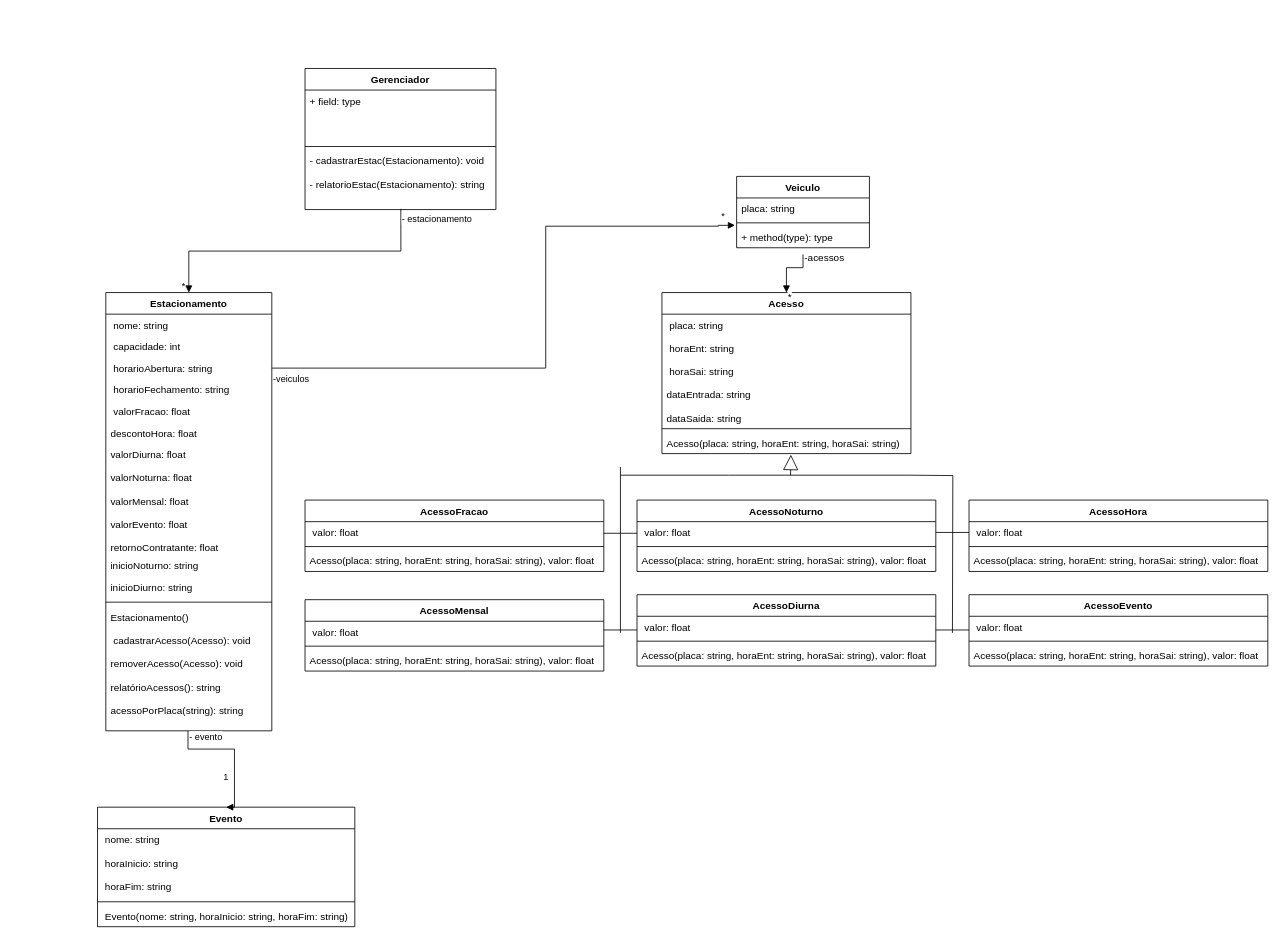
Before: page "Classes" (1 of 2) of Trabalho1_estacionamento.drawio in ItaloBrunoM/OO_trabalho, a draw.io diagram. Source tidied: cells renumbered, new cells numbered last; positions are measured from the earlier drawing's top-left corner, leaving out a move shared by most shapes. Both pictures are drawn from the tidied source at 83%, with x=0, y=0 at pixel (97, 68).
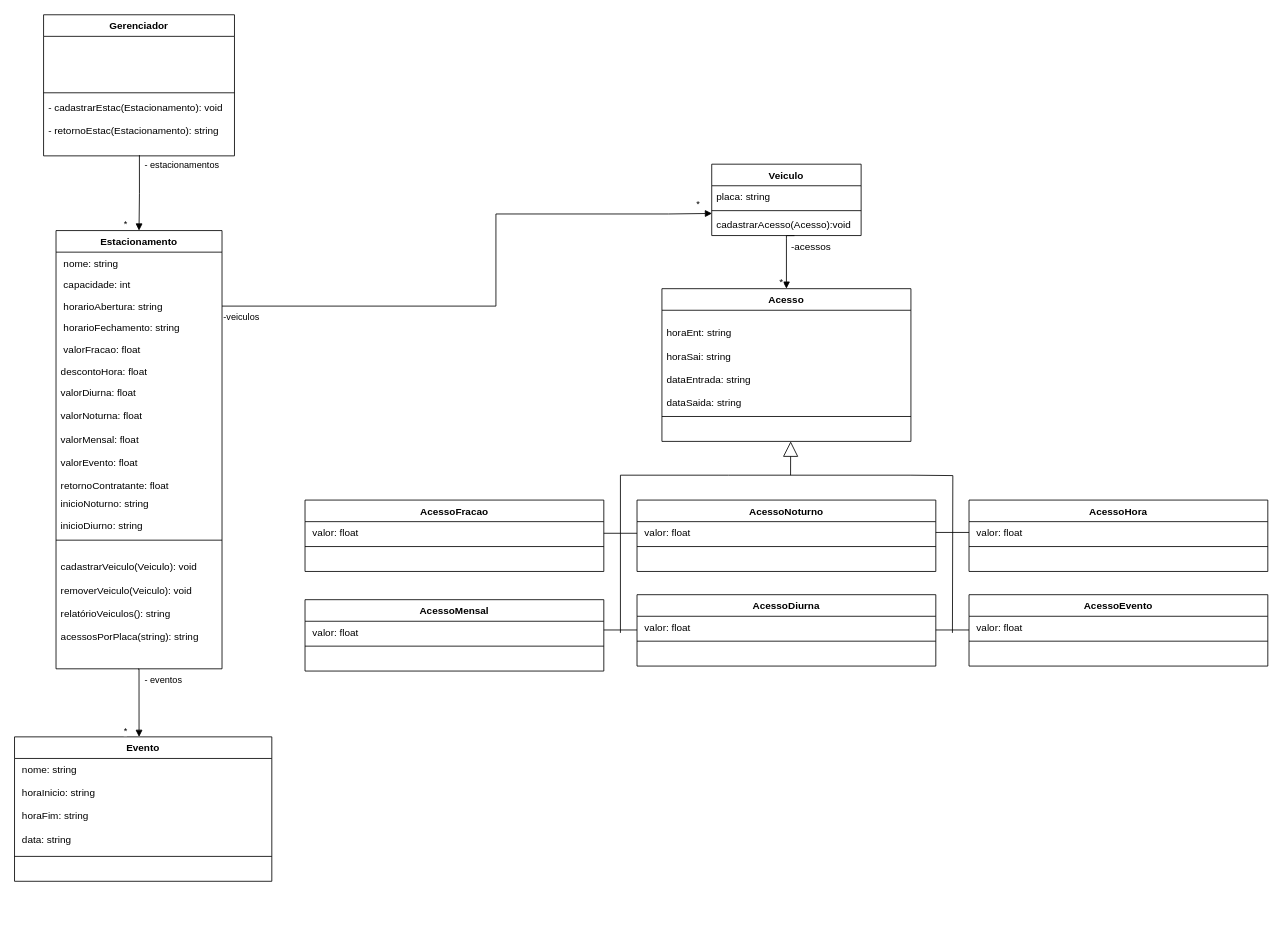
Above is the later version.

The change refers to these unchanged cells:
```xml
<mxCell id="5" value=" horarioAbertura: string" style="text;strokeColor=none;fillColor=none;align=left;verticalAlign=top;spacingLeft=4;spacingRight=4;overflow=hidden;points=[[0,0.5],[1,0.5]];portConstraint=eastwest;" parent="2" vertex="1">
  <mxGeometry y="78" width="200" height="26" as="geometry" />
</mxCell>
<mxCell id="20" value="AcessoFracao" style="swimlane;fontStyle=1;align=center;verticalAlign=top;horizontal=1;startSize=26;" parent="1" vertex="1">
  <mxGeometry x="250" y="520" width="360" height="86" as="geometry" />
</mxCell>
<mxCell id="24" value="AcessoNoturno" style="swimlane;fontStyle=1;align=center;verticalAlign=top;horizontal=1;startSize=26;" parent="1" vertex="1">
  <mxGeometry x="650" y="520" width="360" height="86" as="geometry" />
</mxCell>
<mxCell id="28" value="AcessoHora" style="swimlane;fontStyle=1;align=center;verticalAlign=top;horizontal=1;startSize=26;" parent="1" vertex="1">
  <mxGeometry x="1050" y="520" width="360" height="86" as="geometry" />
</mxCell>
<mxCell id="32" value="AcessoMensal" style="swimlane;fontStyle=1;align=center;verticalAlign=top;horizontal=1;startSize=26;" parent="1" vertex="1">
  <mxGeometry x="250" y="640" width="360" height="86" as="geometry" />
</mxCell>
<mxCell id="36" value="AcessoDiurna" style="swimlane;fontStyle=1;align=center;verticalAlign=top;horizontal=1;startSize=26;" parent="1" vertex="1">
  <mxGeometry x="650" y="634" width="360" height="86" as="geometry" />
</mxCell>
<mxCell id="40" value="AcessoEvento" style="swimlane;fontStyle=1;align=center;verticalAlign=top;horizontal=1;startSize=26;" parent="1" vertex="1">
  <mxGeometry x="1050" y="634" width="360" height="86" as="geometry" />
</mxCell>
```

Change to the diagram source:
```diff
@@
     <mxCell id="2" value="Estacionamento&#10;" style="swimlane;fontStyle=1;align=center;verticalAlign=top;horizontal=1;startSize=26;" parent="1" vertex="1">
-      <mxGeometry x="10" y="270" width="200" height="528" as="geometry" />
+      <mxGeometry x="-50" y="195.3" width="200" height="528" as="geometry" />
     </mxCell>
@@
-    <mxCell id="13" value="Estacionamento()&#10;&#10; cadastrarAcesso(Acesso): void&#10;&#10;removerAcesso(Acesso): void&#10;&#10;relatórioAcessos(): string&#10;&#10;acessoPorPlaca(string): string&#10;" style="text;strokeColor=none;fillColor=none;align=left;verticalAlign=top;spacingLeft=4;spacingRight=4;overflow=hidden;points=[[0,0.5],[1,0.5]];portConstraint=eastwest;" parent="2" vertex="1">
+    <mxCell id="13" value="&#10;cadastrarVeiculo(Veiculo): void&#10;&#10;removerVeiculo(Veiculo): void&#10;&#10;relatórioVeiculos(): string&#10;&#10;acessosPorPlaca(string): string&#10;" style="text;strokeColor=none;fillColor=none;align=left;verticalAlign=top;spacingLeft=4;spacingRight=4;overflow=hidden;points=[[0,0.5],[1,0.5]];portConstraint=eastwest;" parent="2" vertex="1">
       <mxGeometry y="378" width="200" height="150" as="geometry" />
     </mxCell>
     <mxCell id="14" value="Acesso" style="swimlane;fontStyle=1;align=center;verticalAlign=top;horizontal=1;startSize=26;" parent="1" vertex="1">
-      <mxGeometry x="680" y="270" width="300" height="194" as="geometry" />
+      <mxGeometry x="680" y="265.3" width="300" height="184" as="geometry" />
     </mxCell>
-    <mxCell id="15" value=" placa: string&#10;&#10; horaEnt: string&#10;&#10; horaSai: string&#10;&#10;dataEntrada: string&#10;&#10;dataSaida: string" style="text;strokeColor=none;fillColor=none;align=left;verticalAlign=top;spacingLeft=4;spacingRight=4;overflow=hidden;" parent="14" vertex="1">
-      <mxGeometry y="26" width="300" height="134" as="geometry" />
+    <mxCell id="15" value="&#10;horaEnt: string&#10;&#10;horaSai: string&#10;&#10;dataEntrada: string&#10;&#10;dataSaida: string" style="text;strokeColor=none;fillColor=none;align=left;verticalAlign=top;spacingLeft=4;spacingRight=4;overflow=hidden;" parent="14" vertex="1">
+      <mxGeometry y="26" width="300" height="124" as="geometry" />
     </mxCell>
     <mxCell id="16" style="line;strokeWidth=1;fillColor=none;align=left;verticalAlign=middle;spacingTop=-1;spacingLeft=3;spacingRight=3;labelPosition=right;" parent="14" vertex="1">
-      <mxGeometry y="160" width="300" height="8" as="geometry" />
+      <mxGeometry y="150" width="300" height="8" as="geometry" />
     </mxCell>
-    <mxCell id="17" value="Acesso(placa: string, horaEnt: string, horaSai: string)" style="text;strokeColor=none;fillColor=none;align=left;verticalAlign=top;spacingLeft=4;spacingRight=4;overflow=hidden;points=[[0,0.5],[1,0.5]];portConstraint=eastwest;" parent="14" vertex="1">
-      <mxGeometry y="168" width="300" height="26" as="geometry" />
+    <mxCell id="17" value="&#10;&#10;" style="text;strokeColor=none;fillColor=none;align=left;verticalAlign=top;spacingLeft=4;spacingRight=4;overflow=hidden;points=[[0,0.5],[1,0.5]];portConstraint=eastwest;" parent="14" vertex="1">
+      <mxGeometry y="158" width="300" height="26" as="geometry" />
     </mxCell>
-    <mxCell id="18" value="-veiculos" style="endArrow=block;endFill=1;html=1;edgeStyle=orthogonalEdgeStyle;align=left;verticalAlign=top;rounded=0;exitX=1;exitY=0.5;exitDx=0;exitDy=0;entryX=-0.012;entryY=-0.038;entryDx=0;entryDy=0;entryPerimeter=0;" parent="1" edge="1" source="5" target="67">
+    <mxCell id="18" value="-veiculos" style="endArrow=block;endFill=1;html=1;edgeStyle=orthogonalEdgeStyle;align=left;verticalAlign=top;rounded=0;exitX=1;exitY=0.5;exitDx=0;exitDy=0;entryX=0.002;entryY=-0.025;entryDx=0;entryDy=0;entryPerimeter=0;" parent="1" edge="1" source="5" target="67">
       <mxGeometry x="-1" relative="1" as="geometry">
         <Array as="points">
-          <mxPoint x="540" y="361" />
-          <mxPoint x="540" y="190" />
-          <mxPoint x="748" y="190" />
+          <mxPoint x="480" y="286.3" />
+          <mxPoint x="480" y="175.3" />
+          <mxPoint x="688" y="175.3" />
         </Array>
       </mxGeometry>
     </mxCell>
     <mxCell id="19" value="*" style="edgeLabel;html=1;align=left;verticalAlign=bottom;" parent="18" vertex="1">
       <mxGeometry x="-1" relative="1" as="geometry">
-        <mxPoint x="540" y="-175" as="offset" />
+        <mxPoint x="570" y="-115" as="offset" />
       </mxGeometry>
     </mxCell>
@@
-    <mxCell id="23" value="Acesso(placa: string, horaEnt: string, horaSai: string), valor: float" style="text;strokeColor=none;fillColor=none;align=left;verticalAlign=top;spacingLeft=4;spacingRight=4;overflow=hidden;" parent="20" vertex="1">
+    <mxCell id="23" value="&#10;&#10;" style="text;strokeColor=none;fillColor=none;align=left;verticalAlign=top;spacingLeft=4;spacingRight=4;overflow=hidden;" parent="20" vertex="1">
       <mxGeometry y="60" width="360" height="26" as="geometry" />
     </mxCell>
@@
-    <mxCell id="27" value="Acesso(placa: string, horaEnt: string, horaSai: string), valor: float" style="text;strokeColor=none;fillColor=none;align=left;verticalAlign=top;spacingLeft=4;spacingRight=4;overflow=hidden;" parent="24" vertex="1">
+    <mxCell id="27" value="&#10;&#10;" style="text;strokeColor=none;fillColor=none;align=left;verticalAlign=top;spacingLeft=4;spacingRight=4;overflow=hidden;" parent="24" vertex="1">
       <mxGeometry y="60" width="360" height="26" as="geometry" />
     </mxCell>
@@
-    <mxCell id="31" value="Acesso(placa: string, horaEnt: string, horaSai: string), valor: float" style="text;strokeColor=none;fillColor=none;align=left;verticalAlign=top;spacingLeft=4;spacingRight=4;overflow=hidden;" parent="28" vertex="1">
+    <mxCell id="31" value="&#10;&#10;" style="text;strokeColor=none;fillColor=none;align=left;verticalAlign=top;spacingLeft=4;spacingRight=4;overflow=hidden;" parent="28" vertex="1">
       <mxGeometry y="60" width="360" height="26" as="geometry" />
     </mxCell>
@@
-    <mxCell id="35" value="Acesso(placa: string, horaEnt: string, horaSai: string), valor: float" style="text;strokeColor=none;fillColor=none;align=left;verticalAlign=top;spacingLeft=4;spacingRight=4;overflow=hidden;" parent="32" vertex="1">
+    <mxCell id="35" value="&#10;&#10;" style="text;strokeColor=none;fillColor=none;align=left;verticalAlign=top;spacingLeft=4;spacingRight=4;overflow=hidden;" parent="32" vertex="1">
       <mxGeometry y="60" width="360" height="26" as="geometry" />
     </mxCell>
@@
-    <mxCell id="39" value="Acesso(placa: string, horaEnt: string, horaSai: string), valor: float" style="text;strokeColor=none;fillColor=none;align=left;verticalAlign=top;spacingLeft=4;spacingRight=4;overflow=hidden;" parent="36" vertex="1">
+    <mxCell id="39" value="&#10;&#10;" style="text;strokeColor=none;fillColor=none;align=left;verticalAlign=top;spacingLeft=4;spacingRight=4;overflow=hidden;" parent="36" vertex="1">
       <mxGeometry y="60" width="360" height="26" as="geometry" />
     </mxCell>
@@
-    <mxCell id="43" value="Acesso(placa: string, horaEnt: string, horaSai: string), valor: float" style="text;strokeColor=none;fillColor=none;align=left;verticalAlign=top;spacingLeft=4;spacingRight=4;overflow=hidden;" parent="40" vertex="1">
+    <mxCell id="43" value="&#10;&#10;" style="text;strokeColor=none;fillColor=none;align=left;verticalAlign=top;spacingLeft=4;spacingRight=4;overflow=hidden;" parent="40" vertex="1">
       <mxGeometry y="60" width="360" height="26" as="geometry" />
     </mxCell>
     <mxCell id="44" value="Evento" style="swimlane;fontStyle=1;align=center;verticalAlign=top;horizontal=1;startSize=26;" parent="1" vertex="1">
-      <mxGeometry y="890" width="310" height="144" as="geometry" />
+      <mxGeometry x="-100" y="805.3" width="310" height="174" as="geometry" />
     </mxCell>
-    <mxCell id="45" value=" nome: string&#10;&#10; horaInicio: string&#10;&#10; horaFim: string&#10;&#10;" style="text;strokeColor=none;fillColor=none;align=left;verticalAlign=top;spacingLeft=4;spacingRight=4;overflow=hidden;" parent="44" vertex="1">
-      <mxGeometry y="26" width="310" height="84" as="geometry" />
+    <mxCell id="45" value=" nome: string&#10;&#10; horaInicio: string&#10;&#10; horaFim: string&#10;&#10; data: string" style="text;strokeColor=none;fillColor=none;align=left;verticalAlign=top;spacingLeft=4;spacingRight=4;overflow=hidden;" parent="44" vertex="1">
+      <mxGeometry y="26" width="310" height="114" as="geometry" />
     </mxCell>
     <mxCell id="46" style="line;strokeWidth=1;fillColor=none;align=left;verticalAlign=middle;spacingTop=-1;spacingLeft=3;spacingRight=3;labelPosition=right;" parent="44" vertex="1">
-      <mxGeometry y="110" width="310" height="8" as="geometry" />
+      <mxGeometry y="140" width="310" height="8" as="geometry" />
     </mxCell>
-    <mxCell id="47" value=" Evento(nome: string, horaInicio: string, horaFim: string)" style="text;strokeColor=none;fillColor=none;align=left;verticalAlign=top;spacingLeft=4;spacingRight=4;overflow=hidden;" parent="44" vertex="1">
-      <mxGeometry y="118" width="310" height="26" as="geometry" />
+    <mxCell id="47" value="&#10;&#10;" style="text;strokeColor=none;fillColor=none;align=left;verticalAlign=top;spacingLeft=4;spacingRight=4;overflow=hidden;" parent="44" vertex="1">
+      <mxGeometry y="148" width="310" height="26" as="geometry" />
     </mxCell>
-    <mxCell id="48" value="&lt;br&gt;" style="endArrow=block;endSize=16;endFill=0;html=1;rounded=0;entryX=0.518;entryY=1.051;entryDx=0;entryDy=0;entryPerimeter=0;" parent="1" edge="1" target="17">
+    <mxCell id="48" value="&lt;br&gt;" style="endArrow=block;endSize=16;endFill=0;html=1;rounded=0;entryX=0.517;entryY=0.998;entryDx=0;entryDy=0;entryPerimeter=0;" parent="1" edge="1" target="17">
       <mxGeometry x="-0.17" y="-170" relative="1" as="geometry">
         <mxPoint x="835" y="490" as="sourcePoint" />
       </mxGeometry>
     </mxCell>
     <mxCell id="49" style="endArrow=none;html=1;edgeStyle=orthogonalEdgeStyle;rounded=0;" parent="1" edge="1">
       <mxGeometry relative="1" as="geometry">
-        <mxPoint x="630" y="480" as="sourcePoint" />
+        <mxPoint x="630" y="490" as="sourcePoint" />
         <mxPoint x="630" y="680" as="targetPoint" />
       </mxGeometry>
     </mxCell>
@@
-    <mxCell id="56" value="- evento" style="endArrow=block;endFill=1;html=1;edgeStyle=orthogonalEdgeStyle;align=left;verticalAlign=top;rounded=0;entryX=0.5;entryY=0;entryDx=0;entryDy=0;exitX=0.495;exitY=1.002;exitDx=0;exitDy=0;exitPerimeter=0;" parent="1" edge="1" source="13" target="44">
+    <mxCell id="56" value="- eventos" style="endArrow=block;endFill=1;html=1;edgeStyle=orthogonalEdgeStyle;align=left;verticalAlign=top;rounded=0;entryX=0.484;entryY=0;entryDx=0;entryDy=0;exitX=0.495;exitY=1.002;exitDx=0;exitDy=0;exitPerimeter=0;entryPerimeter=0;" parent="1" edge="1" source="13" target="44">
       <mxGeometry x="-1" y="-6" relative="1" as="geometry">
         <Array as="points">
-          <mxPoint x="109" y="820" />
-          <mxPoint x="165" y="820" />
-          <mxPoint x="165" y="890" />
+          <mxPoint x="50" y="723.3" />
         </Array>
         <mxPoint x="6" y="-6" as="offset" />
       </mxGeometry>
     </mxCell>
-    <mxCell id="57" value="1" style="edgeLabel;html=1;align=left;verticalAlign=bottom;" parent="56" vertex="1">
+    <mxCell id="57" value="*" style="edgeLabel;html=1;align=left;verticalAlign=bottom;" parent="56" vertex="1">
       <mxGeometry x="-1" relative="1" as="geometry">
-        <mxPoint x="41" y="64" as="offset" />
+        <mxPoint x="-19" y="82" as="offset" />
       </mxGeometry>
     </mxCell>
     <mxCell id="58" value="Gerenciador&#10;" style="swimlane;fontStyle=1;align=center;verticalAlign=top;horizontal=1;startSize=26;" parent="1" vertex="1">
-      <mxGeometry x="250" width="230" height="170" as="geometry" />
+      <mxGeometry x="-65" y="-64.7" width="230" height="170" as="geometry" />
     </mxCell>
-    <mxCell id="59" value="+ field: type" style="text;strokeColor=none;fillColor=none;align=left;verticalAlign=top;spacingLeft=4;spacingRight=4;overflow=hidden;" parent="58" vertex="1">
+    <mxCell id="59" value="&#10;&#10;" style="text;strokeColor=none;fillColor=none;align=left;verticalAlign=top;spacingLeft=4;spacingRight=4;overflow=hidden;" parent="58" vertex="1">
       <mxGeometry y="26" width="230" height="64" as="geometry" />
     </mxCell>
@@
-    <mxCell id="61" value="- cadastrarEstac(Estacionamento): void&#10;&#10;- relatorioEstac(Estacionamento): string" style="text;strokeColor=none;fillColor=none;align=left;verticalAlign=top;spacingLeft=4;spacingRight=4;overflow=hidden;points=[[0,0.5],[1,0.5]];portConstraint=eastwest;" parent="58" vertex="1">
+    <mxCell id="61" value="- cadastrarEstac(Estacionamento): void&#10;&#10;- retornoEstac(Estacionamento): string" style="text;strokeColor=none;fillColor=none;align=left;verticalAlign=top;spacingLeft=4;spacingRight=4;overflow=hidden;points=[[0,0.5],[1,0.5]];portConstraint=eastwest;" parent="58" vertex="1">
       <mxGeometry y="98" width="230" height="72" as="geometry" />
     </mxCell>
-    <mxCell id="62" value="- estacionamento" style="endArrow=block;endFill=1;html=1;edgeStyle=orthogonalEdgeStyle;align=left;verticalAlign=top;rounded=0;exitX=0.502;exitY=0.988;exitDx=0;exitDy=0;exitPerimeter=0;entryX=0.5;entryY=0;entryDx=0;entryDy=0;" parent="1" edge="1" source="61" target="2">
-      <mxGeometry x="-1" relative="1" as="geometry" />
+    <mxCell id="62" value="- estacionamentos" style="endArrow=block;endFill=1;html=1;edgeStyle=orthogonalEdgeStyle;align=left;verticalAlign=top;rounded=0;exitX=0.502;exitY=0.988;exitDx=0;exitDy=0;exitPerimeter=0;entryX=0.5;entryY=0;entryDx=0;entryDy=0;" parent="1" edge="1" source="61" target="2">
+      <mxGeometry x="-1" y="5" relative="1" as="geometry" />
     </mxCell>
     <mxCell id="63" value="*" style="edgeLabel;html=1;align=left;verticalAlign=bottom;" parent="62" vertex="1">
       <mxGeometry x="-1" relative="1" as="geometry">
-        <mxPoint x="-265" y="101" as="offset" />
+        <mxPoint x="-20" y="91" as="offset" />
       </mxGeometry>
     </mxCell>
     <mxCell id="64" value="Veiculo" style="swimlane;fontStyle=1;align=center;verticalAlign=top;horizontal=1;startSize=26;labelBackgroundColor=#FFFFFF;fontFamily=Helvetica;fontSize=12;fontColor=#000000;" parent="1" vertex="1">
-      <mxGeometry x="770" y="130" width="160" height="86" as="geometry" />
+      <mxGeometry x="740" y="115.3" width="180" height="86" as="geometry" />
     </mxCell>
     <mxCell id="65" value="placa: string" style="text;strokeColor=none;fillColor=none;align=left;verticalAlign=top;spacingLeft=4;spacingRight=4;overflow=hidden;labelBackgroundColor=#FFFFFF;fontFamily=Helvetica;fontSize=12;fontColor=#000000;" parent="64" vertex="1">
-      <mxGeometry y="26" width="160" height="26" as="geometry" />
+      <mxGeometry y="26" width="180" height="26" as="geometry" />
     </mxCell>
     <mxCell id="66" style="line;strokeWidth=1;fillColor=none;align=left;verticalAlign=middle;spacingTop=-1;spacingLeft=3;spacingRight=3;labelPosition=right;labelBackgroundColor=#FFFFFF;fontFamily=Helvetica;fontSize=12;fontColor=#000000;" parent="64" vertex="1">
-      <mxGeometry y="52" width="160" height="8" as="geometry" />
+      <mxGeometry y="52" width="180" height="8" as="geometry" />
     </mxCell>
-    <mxCell id="67" value="+ method(type): type" style="text;strokeColor=none;fillColor=none;align=left;verticalAlign=top;spacingLeft=4;spacingRight=4;overflow=hidden;points=[[0,0.5],[1,0.5]];portConstraint=eastwest;labelBackgroundColor=#FFFFFF;fontFamily=Helvetica;fontSize=12;fontColor=#000000;" parent="64" vertex="1">
-      <mxGeometry y="60" width="160" height="26" as="geometry" />
+    <mxCell id="67" value="cadastrarAcesso(Acesso):void" style="text;strokeColor=none;fillColor=none;align=left;verticalAlign=top;spacingLeft=4;spacingRight=4;overflow=hidden;points=[[0,0.5],[1,0.5]];portConstraint=eastwest;labelBackgroundColor=#FFFFFF;fontFamily=Helvetica;fontSize=12;fontColor=#000000;" parent="64" vertex="1">
+      <mxGeometry y="60" width="180" height="26" as="geometry" />
     </mxCell>
-    <mxCell id="68" value="-acessos" style="endArrow=block;endFill=1;html=1;edgeStyle=orthogonalEdgeStyle;align=left;verticalAlign=top;rounded=0;fontFamily=Helvetica;fontSize=12;fontColor=#000000;exitX=0.5;exitY=1.308;exitDx=0;exitDy=0;exitPerimeter=0;" parent="1" edge="1" source="67" target="14">
-      <mxGeometry x="-1" y="-10" relative="1" as="geometry">
+    <mxCell id="68" value="-acessos" style="endArrow=block;endFill=1;html=1;edgeStyle=orthogonalEdgeStyle;align=left;verticalAlign=top;rounded=0;fontFamily=Helvetica;fontSize=12;fontColor=#000000;entryX=0.5;entryY=0;entryDx=0;entryDy=0;exitX=0.554;exitY=1.002;exitDx=0;exitDy=0;exitPerimeter=0;" parent="1" edge="1" source="67" target="14">
+      <mxGeometry x="-1" y="6" relative="1" as="geometry">
         <Array as="points">
-          <mxPoint x="830" y="240" />
+          <mxPoint x="830" y="205.3" />
+          <mxPoint x="830" y="205.3" />
         </Array>
-        <mxPoint x="10" y="-10" as="offset" />
+        <mxPoint x="-6" y="-6" as="offset" />
       </mxGeometry>
     </mxCell>
     <mxCell id="69" value="*" style="edgeLabel;html=1;align=left;verticalAlign=bottom;labelBackgroundColor=#FFFFFF;fontFamily=Helvetica;fontSize=12;fontColor=#000000;" parent="68" vertex="1">
       <mxGeometry x="-1" relative="1" as="geometry">
-        <mxPoint x="-20" y="60" as="offset" />
+        <mxPoint x="-20" y="64" as="offset" />
       </mxGeometry>
     </mxCell>
```
